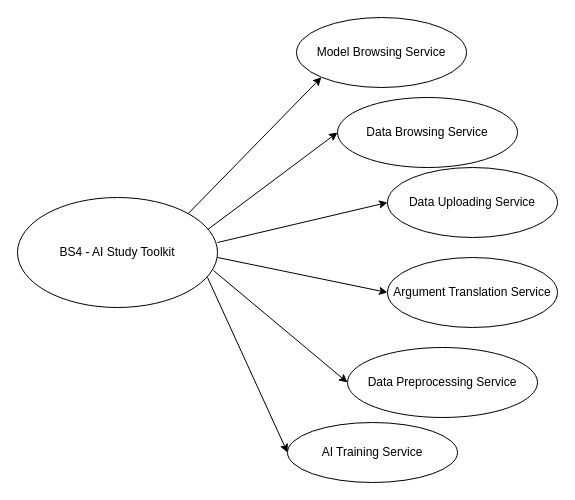
This is page "第 1 页" (1 of 2) of SOD_Ass1.drawio from TISNN/2022_SOD, a draw.io file, before an edit. Source tidied: cells renumbered, new cells numbered last; positions are measured from the earlier drawing's top-left corner, leaving out a move shared by most shapes. Both pictures are drawn from the tidied source at 100%, with x=0, y=0 at pixel (17, 17).
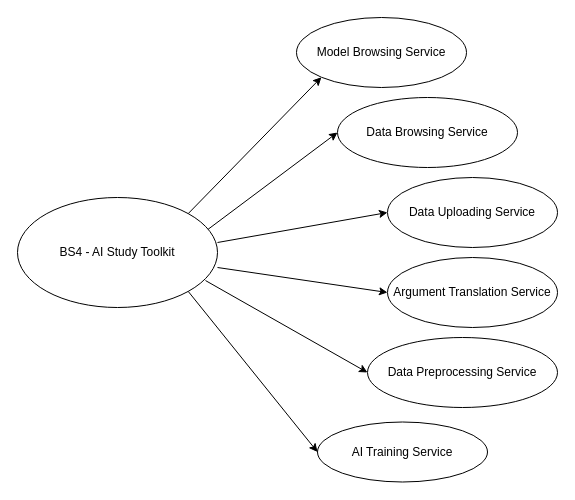
Above is the later version.

Change to the diagram source:
```diff
@@
 <mxGraphModel>
   <root>
     <mxCell id="0" />
     <mxCell id="1" parent="0" />
     <mxCell id="2" value="BS4 - AI Study Toolkit" style="ellipse;whiteSpace=wrap;html=1;" parent="1" vertex="1">
       <mxGeometry y="180" width="200" height="110" as="geometry" />
     </mxCell>
     <mxCell id="3" style="endArrow=classic;html=1;rounded=0;entryX=0;entryY=1;entryDx=0;entryDy=0;exitX=1;exitY=0;exitDx=0;exitDy=0;" parent="1" edge="1" source="2" target="4">
       <mxGeometry relative="1" as="geometry" />
     </mxCell>
     <mxCell id="4" value="Model Browsing Service" style="ellipse;whiteSpace=wrap;html=1;" parent="1" vertex="1">
       <mxGeometry x="279" width="170" height="70" as="geometry" />
     </mxCell>
     <mxCell id="5" value="Data Browsing Service" style="ellipse;whiteSpace=wrap;html=1;" parent="1" vertex="1">
       <mxGeometry x="320" y="80" width="180" height="70" as="geometry" />
     </mxCell>
     <mxCell id="6" style="endArrow=classic;html=1;rounded=0;entryX=0;entryY=0.5;entryDx=0;entryDy=0;exitX=0.953;exitY=0.289;exitDx=0;exitDy=0;exitPerimeter=0;" parent="1" edge="1" source="2" target="5">
       <mxGeometry relative="1" as="geometry" />
     </mxCell>
     <mxCell id="7" value="Data Uploading Service" style="ellipse;whiteSpace=wrap;html=1;" parent="1" vertex="1">
-      <mxGeometry x="370" y="150" width="170" height="70" as="geometry" />
+      <mxGeometry x="370" y="160" width="170" height="70" as="geometry" />
     </mxCell>
     <mxCell id="8" style="endArrow=classic;html=1;rounded=0;entryX=0;entryY=0.5;entryDx=0;entryDy=0;" parent="1" edge="1" target="7">
       <mxGeometry relative="1" as="geometry">
         <mxPoint x="200" y="225" as="sourcePoint" />
       </mxGeometry>
     </mxCell>
     <mxCell id="9" value="AI Training Service" style="ellipse;whiteSpace=wrap;html=1;" parent="1" vertex="1">
-      <mxGeometry x="270" y="405" width="170" height="60" as="geometry" />
+      <mxGeometry x="300" y="404.5" width="170" height="60" as="geometry" />
     </mxCell>
-    <mxCell id="10" style="endArrow=classic;html=1;rounded=0;entryX=0;entryY=0.5;entryDx=0;entryDy=0;" parent="1" edge="1" target="9">
-      <mxGeometry relative="1" as="geometry">
-        <mxPoint x="190" y="260" as="sourcePoint" />
-      </mxGeometry>
+    <mxCell id="10" style="endArrow=classic;html=1;rounded=0;entryX=0;entryY=0.5;entryDx=0;entryDy=0;exitX=1;exitY=1;exitDx=0;exitDy=0;" parent="1" edge="1" source="2" target="9">
+      <mxGeometry relative="1" as="geometry" />
     </mxCell>
     <mxCell id="11" value="Data Preprocessing Service" style="ellipse;whiteSpace=wrap;html=1;" parent="1" vertex="1">
-      <mxGeometry x="330" y="330" width="190" height="70" as="geometry" />
+      <mxGeometry x="350" y="320" width="190" height="70" as="geometry" />
     </mxCell>
-    <mxCell id="12" style="endArrow=classic;html=1;rounded=0;entryX=0;entryY=0.5;entryDx=0;entryDy=0;exitX=0.98;exitY=0.664;exitDx=0;exitDy=0;exitPerimeter=0;" parent="1" edge="1" source="2" target="11">
+    <mxCell id="12" style="endArrow=classic;html=1;rounded=0;entryX=0;entryY=0.5;entryDx=0;entryDy=0;exitX=0.94;exitY=0.755;exitDx=0;exitDy=0;exitPerimeter=0;" parent="1" edge="1" source="2" target="11">
       <mxGeometry relative="1" as="geometry" />
     </mxCell>
     <mxCell id="13" value="Argument Translation Service" style="ellipse;whiteSpace=wrap;html=1;" parent="1" vertex="1">
       <mxGeometry x="370" y="240" width="170" height="70" as="geometry" />
     </mxCell>
     <mxCell id="14" style="endArrow=classic;html=1;rounded=0;entryX=0;entryY=0.5;entryDx=0;entryDy=0;" parent="1" edge="1" target="13">
       <mxGeometry relative="1" as="geometry">
-        <mxPoint x="200" y="240" as="sourcePoint" />
+        <mxPoint x="200" y="250" as="sourcePoint" />
       </mxGeometry>
     </mxCell>
   </root>
 </mxGraphModel>
```
